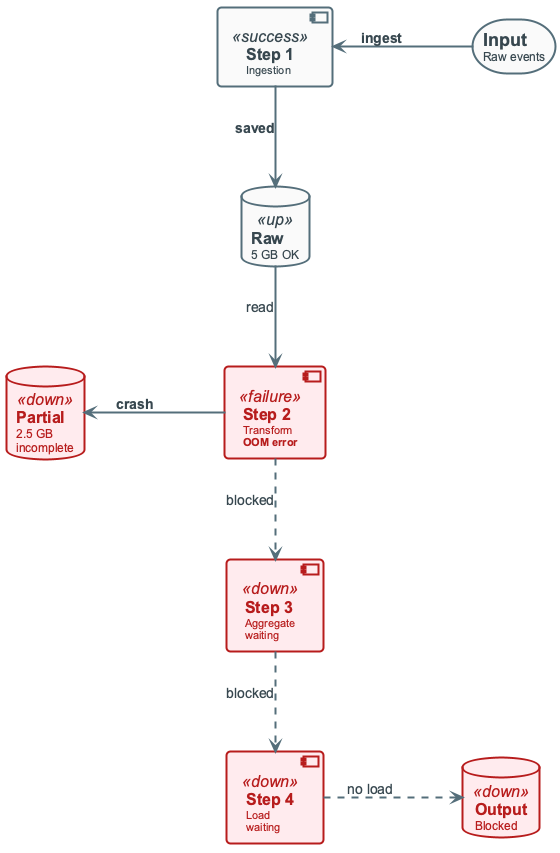
Before: diagrams/week01/week1_lecture_slide35_failure.png, a diagram exported from PlantUML (OrPerets/data-engineering-course).
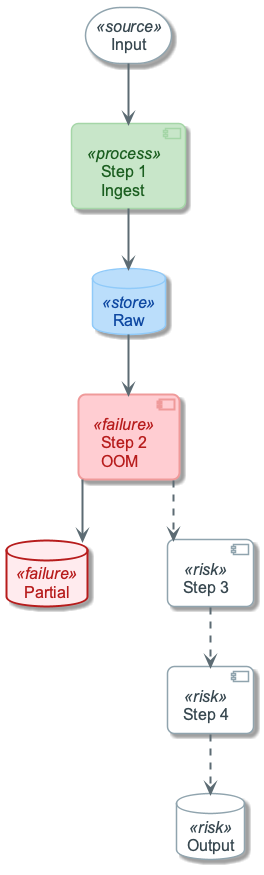
After the change.

Diff of the diagram source:
```diff
@@ -1,28 +1,26 @@
 @startuml
 !include ../_template_styles.puml
+!include _week1_visual_style.puml
+
 top to bottom direction
+skinparam nodesep 80
+skinparam ranksep 60
 
-storage "**Input**\n<size:12>Raw events</size>" as INPUT
+storage "Input" as INPUT <<source>>
+component "Step 1\nIngest" as STEP1 <<process>>
+database "Raw" as RAW <<store>>
+component "Step 2\nOOM" as STEP2 <<failure>>
+database "Partial" as PARTIAL <<failure>>
+component "Step 3" as STEP3 <<risk>>
+component "Step 4" as STEP4 <<risk>>
+database "Output" as OUTPUT <<risk>>
 
-component "**Step 1**\n<size:11>Ingestion</size>" as STEP1 <<success>>
-database "**Raw**\n<size:12>5 GB OK</size>" as RAW <<up>>
-
-component "**Step 2**\n<size:11>Transform</size>\n<size:11><b>OOM error</b></size>" as STEP2 <<failure>>
-database "**Partial**\n<size:12>2.5 GB</size>\n<size:12>incomplete</size>" as PARTIAL <<down>>
-
-component "**Step 3**\n<size:11>Aggregate</size>\n<size:11>waiting</size>" as STEP3 <<down>>
-
-component "**Step 4**\n<size:11>Load</size>\n<size:11>waiting</size>" as STEP4 <<down>>
-
-database "**Output**\n<size:12>Blocked</size>" as OUTPUT <<down>>
-
-INPUT -left-> STEP1 : **ingest**
-STEP1 -down-> RAW : **saved**
-RAW -down-> STEP2 : read
-
-STEP2 -left-> PARTIAL : **crash**
-STEP2 -down[dashed]-> STEP3 : blocked
-STEP3 -down[dashed]-> STEP4 : blocked
-STEP4 -right[dashed]-> OUTPUT : no load
+INPUT -down-> STEP1
+STEP1 -down-> RAW
+RAW -down-> STEP2
+STEP2 -down-> PARTIAL
+STEP2 -[dashed]down-> STEP3
+STEP3 -[dashed]down-> STEP4
+STEP4 -[dashed]down-> OUTPUT
 
 @enduml
```
